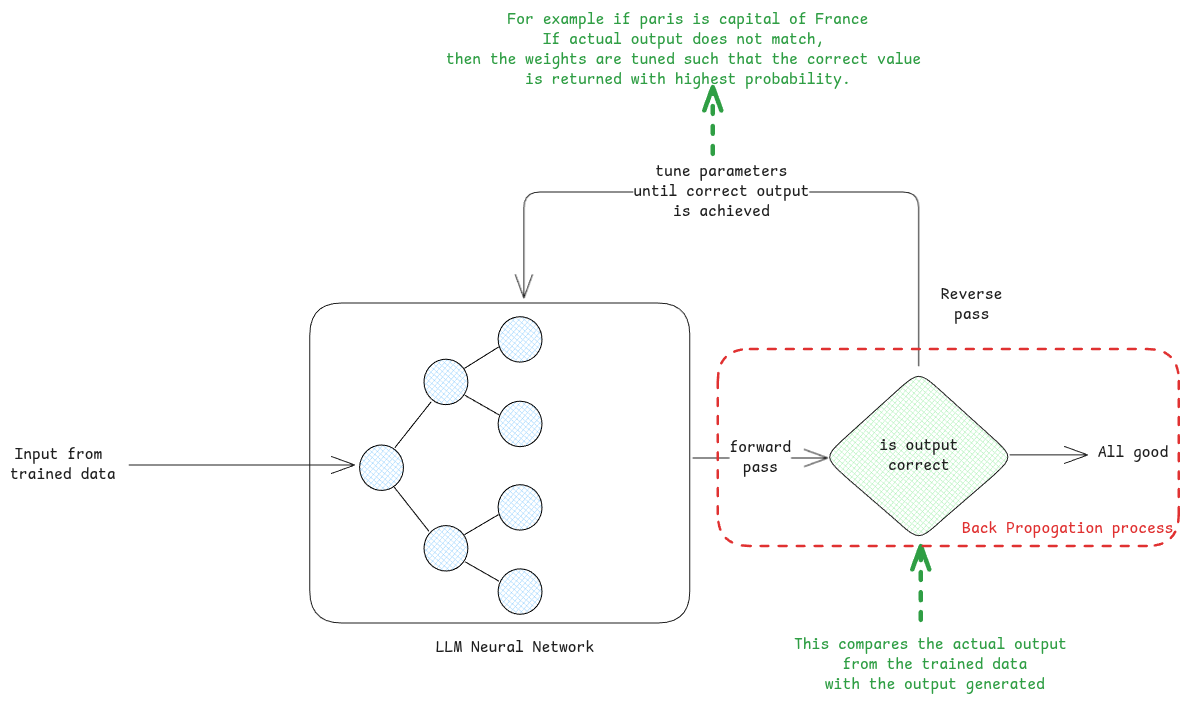
Before: static/img/training.excalidraw.png, a diagram exported from Excalidraw (swaroopar/inprogress-engineer). Source tidied: one line per element, renumbered; positions are measured from the earlier drawing's top-left corner, leaving out a move shared by most shapes.
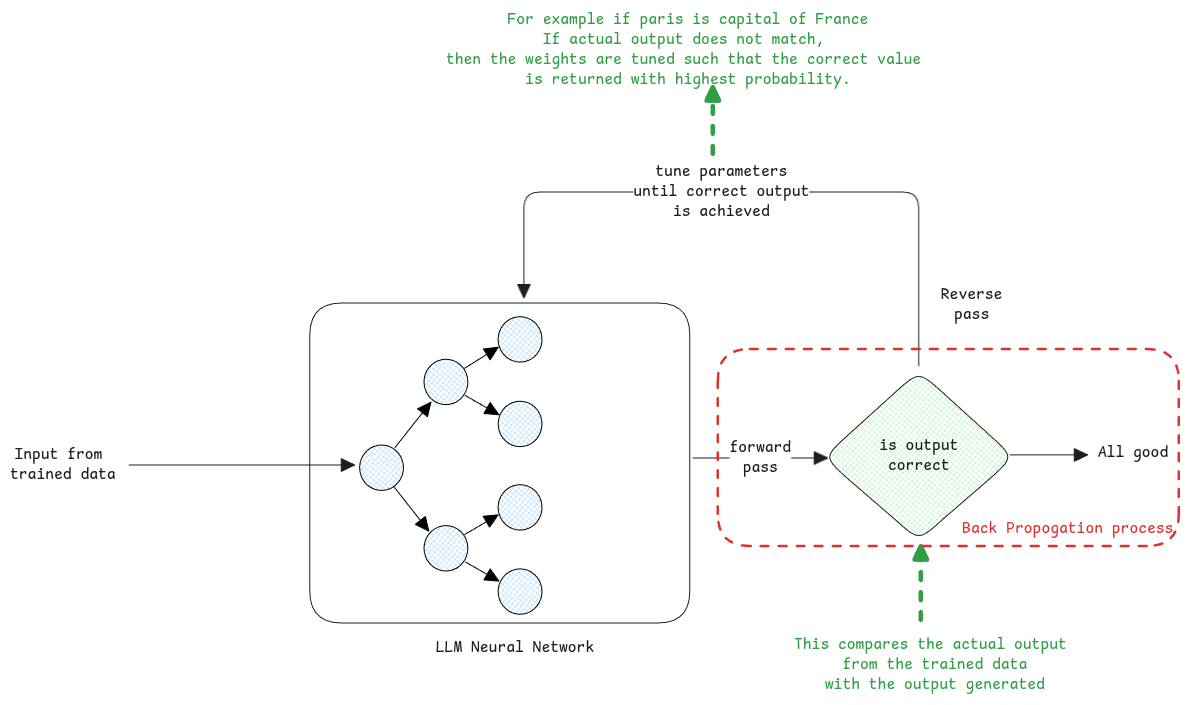
Later version of the same file.

The edit, as a diff of the source:
```diff
@@ -1,32 +1,32 @@
 {"id": 0, "type": "rectangle", "strokeColor": "#1e1e1e", "strokeWidth": 1, "roughness": 0, "round": true, "x": 300, "y": 293, "width": 380, "height": 320}
-{"id": 1, "type": "arrow", "strokeColor": "#1e1e1e", "strokeWidth": 1, "roughness": 0, "endArrowhead": "arrow", "x": 119, "y": 455, "width": 226, "height": 0, "points": [[0, 0], [226, 0]]}
+{"id": 1, "type": "arrow", "strokeColor": "#1e1e1e", "strokeWidth": 1, "roughness": 0, "endArrowhead": "triangle", "x": 119, "y": 455, "width": 226, "height": 0, "points": [[0, 0], [226, 0]]}
-{"id": 2, "type": "arrow", "strokeColor": "#1e1e1e", "strokeWidth": 1, "roughness": 0, "endArrowhead": "arrow", "x": 683, "y": 448, "width": 135, "height": 0, "points": [[0, 0], [135, 0]]}
+{"id": 2, "type": "arrow", "strokeColor": "#1e1e1e", "strokeWidth": 1, "roughness": 0, "endArrowhead": "triangle", "x": 683, "y": 448, "width": 135, "height": 0, "points": [[0, 0], [135, 0]]}
 {"id": 3, "type": "text", "text": "forward\npass", "strokeColor": "#1e1e1e", "strokeWidth": 1, "roughness": 0, "fontSize": 16, "fontFamily": 8, "textAlign": "center", "verticalAlign": "middle", "inside": 2, "x": 720, "y": 428, "width": 62, "height": 40}
 {"id": 4, "type": "ellipse", "strokeColor": "#000000", "angle": 4.71, "backgroundColor": "#a5d8ff", "fillStyle": "cross-hatch", "strokeWidth": 1, "roughness": 0, "x": 349, "y": 436, "width": 45, "height": 44}
 {"id": 5, "type": "ellipse", "strokeColor": "#000000", "angle": 4.71, "backgroundColor": "#a5d8ff", "fillStyle": "cross-hatch", "strokeWidth": 1, "roughness": 0, "x": 413, "y": 516, "width": 45, "height": 44}
 {"id": 6, "type": "ellipse", "strokeColor": "#000000", "angle": 4.71, "backgroundColor": "#a5d8ff", "fillStyle": "cross-hatch", "strokeWidth": 1, "roughness": 0, "x": 487, "y": 560, "width": 45, "height": 44}
 {"id": 7, "type": "ellipse", "strokeColor": "#000000", "angle": 4.71, "backgroundColor": "#a5d8ff", "fillStyle": "cross-hatch", "strokeWidth": 1, "roughness": 0, "x": 487, "y": 475, "width": 45, "height": 44}
-{"id": 8, "type": "arrow", "strokeColor": "#000000", "angle": 4.71, "backgroundColor": "#a5d8ff", "fillStyle": "cross-hatch", "strokeWidth": 1, "roughness": 0, "round": true, "x": 482, "y": 545, "width": 19, "height": 34, "points": [[0, 0], [-19, 34]]}
+{"id": 8, "type": "arrow", "strokeColor": "#000000", "angle": 4.71, "backgroundColor": "#a5d8ff", "fillStyle": "cross-hatch", "strokeWidth": 1, "roughness": 0, "endArrowhead": "triangle", "round": true, "x": 482, "y": 545, "width": 19, "height": 34, "points": [[0, 0], [-19, 34]]}
-{"id": 9, "type": "arrow", "strokeColor": "#000000", "angle": 4.71, "backgroundColor": "#a5d8ff", "fillStyle": "cross-hatch", "strokeWidth": 1, "roughness": 0, "round": true, "x": 461, "y": 498, "width": 20, "height": 33, "points": [[0, 0], [20, 33]]}
+{"id": 9, "type": "arrow", "strokeColor": "#000000", "angle": 4.71, "backgroundColor": "#a5d8ff", "fillStyle": "cross-hatch", "strokeWidth": 1, "roughness": 0, "endArrowhead": "triangle", "round": true, "x": 461, "y": 498, "width": 20, "height": 33, "points": [[0, 0], [20, 33]]}
 {"id": 10, "type": "ellipse", "strokeColor": "#000000", "angle": 4.71, "backgroundColor": "#a5d8ff", "fillStyle": "cross-hatch", "strokeWidth": 1, "roughness": 0, "x": 413, "y": 350, "width": 45, "height": 44}
 {"id": 11, "type": "ellipse", "strokeColor": "#000000", "angle": 4.71, "backgroundColor": "#a5d8ff", "fillStyle": "cross-hatch", "strokeWidth": 1, "roughness": 0, "x": 487, "y": 392, "width": 45, "height": 44}
 {"id": 12, "type": "ellipse", "strokeColor": "#000000", "angle": 4.71, "backgroundColor": "#a5d8ff", "fillStyle": "cross-hatch", "strokeWidth": 1, "roughness": 0, "x": 487, "y": 307, "width": 45, "height": 44}
-{"id": 13, "type": "arrow", "strokeColor": "#000000", "angle": 4.71, "backgroundColor": "#a5d8ff", "fillStyle": "cross-hatch", "strokeWidth": 1, "roughness": 0, "round": true, "x": 482, "y": 378, "width": 19, "height": 34, "points": [[0, 0], [-19, 34]]}
+{"id": 13, "type": "arrow", "strokeColor": "#000000", "angle": 4.71, "backgroundColor": "#a5d8ff", "fillStyle": "cross-hatch", "strokeWidth": 1, "roughness": 0, "endArrowhead": "triangle", "round": true, "x": 482, "y": 378, "width": 19, "height": 34, "points": [[0, 0], [-19, 34]]}
-{"id": 14, "type": "arrow", "strokeColor": "#000000", "angle": 4.71, "backgroundColor": "#a5d8ff", "fillStyle": "cross-hatch", "strokeWidth": 1, "roughness": 0, "round": true, "x": 461, "y": 331, "width": 21, "height": 34, "points": [[0, 0], [21, 34]]}
+{"id": 14, "type": "arrow", "strokeColor": "#000000", "angle": 4.71, "backgroundColor": "#a5d8ff", "fillStyle": "cross-hatch", "strokeWidth": 1, "roughness": 0, "endArrowhead": "triangle", "round": true, "x": 461, "y": 331, "width": 21, "height": 34, "points": [[0, 0], [21, 34]]}
-{"id": 15, "type": "arrow", "strokeColor": "#000000", "angle": 4.71, "backgroundColor": "#a5d8ff", "fillStyle": "cross-hatch", "strokeWidth": 1, "roughness": 0, "round": true, "x": 423, "y": 482, "width": 44, "height": 34, "points": [[0, 0], [-44, 34]]}
+{"id": 15, "type": "arrow", "strokeColor": "#000000", "angle": 4.71, "backgroundColor": "#a5d8ff", "fillStyle": "cross-hatch", "strokeWidth": 1, "roughness": 0, "endArrowhead": "triangle", "round": true, "x": 423, "y": 482, "width": 44, "height": 34, "points": [[0, 0], [-44, 34]]}
-{"id": 16, "type": "arrow", "strokeColor": "#000000", "angle": 4.71, "backgroundColor": "#a5d8ff", "fillStyle": "cross-hatch", "strokeWidth": 1, "roughness": 0, "round": true, "x": 380, "y": 397, "width": 45, "height": 36, "points": [[0, 0], [45, 36]]}
+{"id": 16, "type": "arrow", "strokeColor": "#000000", "angle": 4.71, "backgroundColor": "#a5d8ff", "fillStyle": "cross-hatch", "strokeWidth": 1, "roughness": 0, "endArrowhead": "triangle", "round": true, "x": 380, "y": 397, "width": 45, "height": 36, "points": [[0, 0], [45, 36]]}
 {"id": 17, "type": "text", "text": "LLM Neural Network", "strokeColor": "#1e1e1e", "strokeWidth": 1, "roughness": 0, "fontSize": 16, "fontFamily": 8, "x": 426, "y": 628, "width": 158, "height": 20}
 {"id": 18, "type": "diamond", "strokeColor": "#1e1e1e", "backgroundColor": "#b2f2bb", "fillStyle": "cross-hatch", "strokeWidth": 1, "roughness": 0, "round": true, "x": 814, "y": 361, "width": 190, "height": 170}
 {"id": 19, "type": "text", "text": "is output\ncorrect", "strokeColor": "#1e1e1e", "strokeWidth": 2, "roughness": 1, "fontSize": 16, "fontFamily": 8, "textAlign": "center", "verticalAlign": "middle", "inside": 18, "x": 869, "y": 426, "width": 79, "height": 40}
-{"id": 20, "type": "arrow", "strokeColor": "#1e1e1e", "strokeWidth": 1, "roughness": 0, "endArrowhead": "arrow", "from": 18, "x": 1000, "y": 445, "width": 78, "height": 0, "points": [[0, 0], [78, 0]]}
+{"id": 20, "type": "arrow", "strokeColor": "#1e1e1e", "strokeWidth": 1, "roughness": 0, "endArrowhead": "triangle", "from": 18, "x": 1000, "y": 445, "width": 78, "height": 0, "points": [[0, 0], [78, 0]]}
 {"id": 21, "type": "text", "text": "All good", "strokeColor": "#1e1e1e", "strokeWidth": 1, "roughness": 0, "fontSize": 16, "fontFamily": 8, "x": 1088, "y": 433, "width": 70, "height": 20}
-{"id": 22, "type": "arrow", "strokeColor": "#1e1e1e", "strokeWidth": 1, "roughness": 0, "endArrowhead": "arrow", "from": 18, "to": 0, "x": 909, "y": 356, "width": 395, "height": 174, "points": [[0, 0], [0, -174], [-395, -174], [-395, -68]]}
+{"id": 22, "type": "arrow", "strokeColor": "#1e1e1e", "strokeWidth": 1, "roughness": 0, "endArrowhead": "triangle", "from": 18, "to": 0, "x": 909, "y": 356, "width": 395, "height": 174, "points": [[0, 0], [0, -174], [-395, -174], [-395, -68]]}
 {"id": 23, "type": "text", "text": "tune parameters\nuntil correct output\nis achieved", "strokeColor": "#1e1e1e", "strokeWidth": 1, "roughness": 0, "fontSize": 16, "fontFamily": 8, "textAlign": "center", "verticalAlign": "middle", "inside": 22, "x": 623, "y": 152, "width": 176, "height": 60}
 {"id": 24, "type": "text", "text": "Reverse\npass", "strokeColor": "#1e1e1e", "strokeWidth": 1, "roughness": 0, "fontSize": 16, "fontFamily": 8, "textAlign": "center", "x": 931, "y": 275, "width": 62, "height": 40}
 {"id": 25, "type": "text", "text": "Input from \ntrained data", "strokeColor": "#1e1e1e", "strokeWidth": 1, "roughness": 0, "fontSize": 16, "fontFamily": 8, "textAlign": "center", "x": 0, "y": 435, "width": 106, "height": 40}
-{"id": 26, "type": "arrow", "strokeColor": "#2f9e44", "strokeWidth": 4, "strokeStyle": "dashed", "roughness": 0, "endArrowhead": "arrow", "x": 911, "y": 610, "width": 0, "height": 74, "points": [[0, 0], [0, -74]]}
+{"id": 26, "type": "arrow", "strokeColor": "#2f9e44", "strokeWidth": 4, "strokeStyle": "dashed", "roughness": 0, "endArrowhead": "triangle", "x": 911, "y": 610, "width": 0, "height": 74, "points": [[0, 0], [0, -74]]}
 {"id": 27, "type": "text", "text": "This compares the actual output \nfrom the trained data\nwith the output generated", "strokeColor": "#2f9e44", "strokeWidth": 4, "strokeStyle": "dashed", "roughness": 0, "fontSize": 16, "fontFamily": 8, "textAlign": "center", "x": 784, "y": 625, "width": 282, "height": 60}
 {"id": 28, "type": "rectangle", "strokeColor": "#e03131", "strokeWidth": 2, "strokeStyle": "dashed", "roughness": 0, "round": true, "x": 708, "y": 339, "width": 461, "height": 197}
 {"id": 29, "type": "text", "text": "Back Propogation process", "strokeColor": "#e03131", "strokeWidth": 2, "strokeStyle": "dashed", "roughness": 0, "fontSize": 16, "fontFamily": 8, "textAlign": "center", "x": 952, "y": 509, "width": 211, "height": 20}
 {"id": 30, "type": "text", "text": "For example if paris is capital of France\nIf actual output does not match, \nthen the weights are tuned such that the correct value \nis returned with highest probability.", "strokeColor": "#2f9e44", "strokeWidth": 2, "strokeStyle": "dashed", "roughness": 0, "fontSize": 16, "fontFamily": 8, "textAlign": "center", "x": 436, "y": 0, "width": 484, "height": 80}
-{"id": 31, "type": "arrow", "strokeColor": "#2f9e44", "strokeWidth": 4, "strokeStyle": "dashed", "roughness": 0, "endArrowhead": "arrow", "x": 703, "y": 144, "width": 0, "height": 67, "points": [[0, 0], [0, -67]]}
+{"id": 31, "type": "arrow", "strokeColor": "#2f9e44", "strokeWidth": 4, "strokeStyle": "dashed", "roughness": 0, "endArrowhead": "triangle", "x": 703, "y": 144, "width": 0, "height": 67, "points": [[0, 0], [0, -67]]}
```
